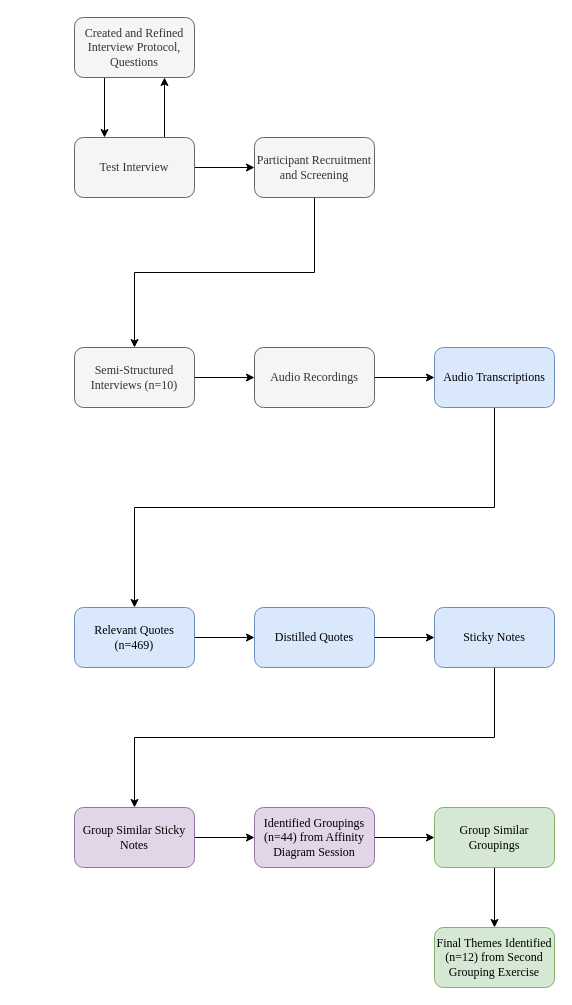
The draw.io diagram HPA-Process-Diagram.drawio in mnowatzke/mindmaps, before the edit. Source tidied: cells renumbered, new cells numbered last; positions are measured from the earlier drawing's top-left corner, leaving out a move shared by most shapes. Both pictures are drawn from the tidied source at 100%, with x=0, y=0 at pixel (74, 17).
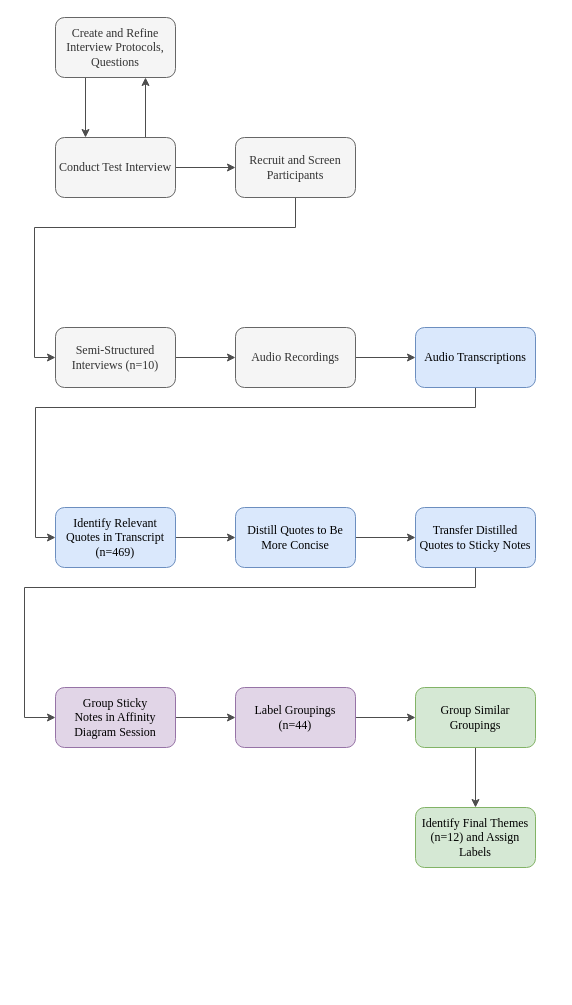
The same page after the edit.

What changed in the source:
```diff
@@
-    <mxCell id="2" style="edgeStyle=orthogonalEdgeStyle;rounded=0;jettySize=auto;html=1;exitX=0.25;exitY=1;exitDx=0;exitDy=0;entryX=0.25;entryY=0;entryDx=0;entryDy=0;" parent="1" edge="1" source="3" target="6">
+    <mxCell id="2" style="edgeStyle=orthogonalEdgeStyle;rounded=0;jettySize=auto;html=1;exitX=0.25;exitY=1;exitDx=0;exitDy=0;entryX=0.25;entryY=0;entryDx=0;entryDy=0;strokeColor=#4D4D4D;" parent="1" edge="1" source="3" target="6">
       <mxGeometry relative="1" as="geometry" />
     </mxCell>
-    <mxCell id="3" value="&lt;font face=&quot;Garamond&quot;&gt;Created and Refined Interview Protocol, Questions&lt;br&gt;&lt;/font&gt;" style="rounded=1;whiteSpace=wrap;html=1;fillColor=#f5f5f5;fontColor=#333333;strokeColor=#666666;" parent="1" vertex="1">
-      <mxGeometry width="120" height="60" as="geometry" />
+    <mxCell id="3" value="&lt;font face=&quot;Garamond&quot;&gt;Create and Refine Interview Protocols, Questions&lt;br&gt;&lt;/font&gt;" style="rounded=1;whiteSpace=wrap;html=1;fillColor=#f5f5f5;fontColor=#333333;strokeColor=#666666;" parent="1" vertex="1">
+      <mxGeometry x="-19" width="120" height="60" as="geometry" />
     </mxCell>
-    <mxCell id="4" style="edgeStyle=orthogonalEdgeStyle;rounded=0;jettySize=auto;html=1;exitX=0.75;exitY=0;exitDx=0;exitDy=0;entryX=0.75;entryY=1;entryDx=0;entryDy=0;" parent="1" edge="1" source="6" target="3">
+    <mxCell id="4" style="edgeStyle=orthogonalEdgeStyle;rounded=0;jettySize=auto;html=1;exitX=0.75;exitY=0;exitDx=0;exitDy=0;entryX=0.75;entryY=1;entryDx=0;entryDy=0;strokeColor=#4D4D4D;" parent="1" edge="1" source="6" target="3">
       <mxGeometry relative="1" as="geometry" />
     </mxCell>
-    <mxCell id="5" style="edgeStyle=orthogonalEdgeStyle;rounded=0;jettySize=auto;html=1;exitX=1;exitY=0.5;exitDx=0;exitDy=0;entryX=0;entryY=0.5;entryDx=0;entryDy=0;fontFamily=Garamond;" parent="1" edge="1" source="6" target="8">
+    <mxCell id="5" style="edgeStyle=orthogonalEdgeStyle;rounded=0;jettySize=auto;html=1;exitX=1;exitY=0.5;exitDx=0;exitDy=0;entryX=0;entryY=0.5;entryDx=0;entryDy=0;fontFamily=Garamond;strokeColor=#4D4D4D;" parent="1" edge="1" source="6" target="8">
       <mxGeometry relative="1" as="geometry" />
     </mxCell>
-    <mxCell id="6" value="&lt;font face=&quot;Garamond&quot;&gt;Test Interview&lt;/font&gt;" style="rounded=1;whiteSpace=wrap;html=1;fillColor=#f5f5f5;fontColor=#333333;strokeColor=#666666;" parent="1" vertex="1">
-      <mxGeometry y="120" width="120" height="60" as="geometry" />
+    <mxCell id="6" value="Conduct Test Interview" style="rounded=1;whiteSpace=wrap;html=1;fillColor=#f5f5f5;fontColor=#333333;strokeColor=#666666;fontFamily=Garamond;" parent="1" vertex="1">
+      <mxGeometry x="-19" y="120" width="120" height="60" as="geometry" />
     </mxCell>
-    <mxCell id="7" style="edgeStyle=orthogonalEdgeStyle;rounded=0;jettySize=auto;html=1;exitX=0.5;exitY=1;exitDx=0;exitDy=0;fontFamily=Garamond;" parent="1" edge="1" source="8" target="10">
-      <mxGeometry relative="1" as="geometry" />
+    <mxCell id="7" style="edgeStyle=orthogonalEdgeStyle;rounded=0;jettySize=auto;html=1;exitX=0.5;exitY=1;exitDx=0;exitDy=0;fontFamily=Garamond;entryX=0;entryY=0.5;entryDx=0;entryDy=0;strokeColor=#4D4D4D;" parent="1" edge="1" source="8" target="10">
+      <mxGeometry relative="1" as="geometry">
+        <Array as="points">
+          <mxPoint x="221" y="210" />
+          <mxPoint x="-40" y="210" />
+          <mxPoint x="-40" y="340" />
+        </Array>
+      </mxGeometry>
     </mxCell>
-    <mxCell id="8" value="Participant Recruitment and Screening" style="rounded=1;whiteSpace=wrap;html=1;fontFamily=Garamond;fillColor=#f5f5f5;fontColor=#333333;strokeColor=#666666;" parent="1" vertex="1">
-      <mxGeometry x="180" y="120" width="120" height="60" as="geometry" />
+    <mxCell id="8" value="Recruit and Screen Participants" style="rounded=1;whiteSpace=wrap;html=1;fontFamily=Garamond;fillColor=#f5f5f5;fontColor=#333333;strokeColor=#666666;" parent="1" vertex="1">
+      <mxGeometry x="161" y="120" width="120" height="60" as="geometry" />
     </mxCell>
-    <mxCell id="9" style="edgeStyle=orthogonalEdgeStyle;rounded=0;jettySize=auto;html=1;exitX=1;exitY=0.5;exitDx=0;exitDy=0;entryX=0;entryY=0.5;entryDx=0;entryDy=0;fontFamily=Garamond;" parent="1" edge="1" source="10" target="12">
+    <mxCell id="9" style="edgeStyle=orthogonalEdgeStyle;rounded=0;jettySize=auto;html=1;exitX=1;exitY=0.5;exitDx=0;exitDy=0;entryX=0;entryY=0.5;entryDx=0;entryDy=0;fontFamily=Garamond;strokeColor=#4D4D4D;" parent="1" edge="1" source="10" target="12">
       <mxGeometry relative="1" as="geometry" />
     </mxCell>
     <mxCell id="10" value="Semi-Structured Interviews (n=10)" style="rounded=1;whiteSpace=wrap;html=1;fontFamily=Garamond;fillColor=#f5f5f5;fontColor=#333333;strokeColor=#666666;" parent="1" vertex="1">
-      <mxGeometry y="330" width="120" height="60" as="geometry" />
+      <mxGeometry x="-19" y="310" width="120" height="60" as="geometry" />
     </mxCell>
-    <mxCell id="11" style="edgeStyle=orthogonalEdgeStyle;rounded=0;jettySize=auto;html=1;exitX=1;exitY=0.5;exitDx=0;exitDy=0;entryX=0;entryY=0.5;entryDx=0;entryDy=0;fontFamily=Garamond;" parent="1" edge="1" source="12" target="16">
+    <mxCell id="11" style="edgeStyle=orthogonalEdgeStyle;rounded=0;jettySize=auto;html=1;exitX=1;exitY=0.5;exitDx=0;exitDy=0;entryX=0;entryY=0.5;entryDx=0;entryDy=0;fontFamily=Garamond;strokeColor=#4D4D4D;" parent="1" edge="1" source="12" target="16">
       <mxGeometry relative="1" as="geometry" />
     </mxCell>
     <mxCell id="12" value="Audio Recordings" style="rounded=1;whiteSpace=wrap;html=1;fontFamily=Garamond;fillColor=#f5f5f5;fontColor=#333333;strokeColor=#666666;" parent="1" vertex="1">
-      <mxGeometry x="180" y="330" width="120" height="60" as="geometry" />
+      <mxGeometry x="161" y="310" width="120" height="60" as="geometry" />
     </mxCell>
-    <mxCell id="13" style="edgeStyle=orthogonalEdgeStyle;rounded=0;jettySize=auto;html=1;fontFamily=Garamond;" parent="1" edge="1" source="14" target="18">
+    <mxCell id="13" style="edgeStyle=orthogonalEdgeStyle;rounded=0;jettySize=auto;html=1;fontFamily=Garamond;strokeColor=#4D4D4D;" parent="1" edge="1" source="14" target="18">
       <mxGeometry relative="1" as="geometry" />
     </mxCell>
-    <mxCell id="14" value="Relevant Quotes&lt;br&gt;(n=469)" style="rounded=1;whiteSpace=wrap;html=1;fontFamily=Garamond;fillColor=#dae8fc;strokeColor=#6c8ebf;" parent="1" vertex="1">
-      <mxGeometry y="590" width="120" height="60" as="geometry" />
+    <mxCell id="14" value="Identify Relevant&lt;br&gt;Quotes in Transcript&lt;br&gt;(n=469)" style="rounded=1;whiteSpace=wrap;html=1;fontFamily=Garamond;fillColor=#dae8fc;strokeColor=#6c8ebf;" parent="1" vertex="1">
+      <mxGeometry x="-19" y="490" width="120" height="60" as="geometry" />
     </mxCell>
-    <mxCell id="15" style="edgeStyle=orthogonalEdgeStyle;rounded=0;jettySize=auto;html=1;exitX=0.5;exitY=1;exitDx=0;exitDy=0;entryX=0.5;entryY=0;entryDx=0;entryDy=0;fontFamily=Garamond;" parent="1" edge="1" source="16" target="14">
-      <mxGeometry relative="1" as="geometry" />
+    <mxCell id="15" style="edgeStyle=orthogonalEdgeStyle;rounded=0;jettySize=auto;html=1;exitX=0.5;exitY=1;exitDx=0;exitDy=0;entryX=0;entryY=0.5;entryDx=0;entryDy=0;fontFamily=Garamond;strokeColor=#4D4D4D;" parent="1" edge="1" source="16" target="14">
+      <mxGeometry relative="1" as="geometry">
+        <Array as="points">
+          <mxPoint x="401" y="390" />
+          <mxPoint x="-39" y="390" />
+          <mxPoint x="-39" y="520" />
+        </Array>
+      </mxGeometry>
     </mxCell>
     <mxCell id="16" value="Audio Transcriptions" style="rounded=1;whiteSpace=wrap;html=1;fontFamily=Garamond;fillColor=#dae8fc;strokeColor=#6c8ebf;" parent="1" vertex="1">
-      <mxGeometry x="360" y="330" width="120" height="60" as="geometry" />
+      <mxGeometry x="341" y="310" width="120" height="60" as="geometry" />
     </mxCell>
-    <mxCell id="17" style="edgeStyle=orthogonalEdgeStyle;rounded=0;jettySize=auto;html=1;exitX=1;exitY=0.5;exitDx=0;exitDy=0;entryX=0;entryY=0.5;entryDx=0;entryDy=0;fontFamily=Garamond;" parent="1" edge="1" source="18" target="20">
+    <mxCell id="17" style="edgeStyle=orthogonalEdgeStyle;rounded=0;jettySize=auto;html=1;exitX=1;exitY=0.5;exitDx=0;exitDy=0;entryX=0;entryY=0.5;entryDx=0;entryDy=0;fontFamily=Garamond;strokeColor=#4D4D4D;" parent="1" edge="1" source="18" target="20">
       <mxGeometry relative="1" as="geometry" />
     </mxCell>
-    <mxCell id="18" value="Distilled Quotes" style="rounded=1;whiteSpace=wrap;html=1;fontFamily=Garamond;fillColor=#dae8fc;strokeColor=#6c8ebf;" parent="1" vertex="1">
-      <mxGeometry x="180" y="590" width="120" height="60" as="geometry" />
+    <mxCell id="18" value="Distill Quotes to Be More Concise" style="rounded=1;whiteSpace=wrap;html=1;fontFamily=Garamond;fillColor=#dae8fc;strokeColor=#6c8ebf;" parent="1" vertex="1">
+      <mxGeometry x="161" y="490" width="120" height="60" as="geometry" />
     </mxCell>
-    <mxCell id="19" style="edgeStyle=orthogonalEdgeStyle;rounded=0;jettySize=auto;html=1;exitX=0.5;exitY=1;exitDx=0;exitDy=0;entryX=0.5;entryY=0;entryDx=0;entryDy=0;fontFamily=Garamond;" parent="1" edge="1" source="20" target="22">
-      <mxGeometry relative="1" as="geometry" />
+    <mxCell id="19" style="edgeStyle=orthogonalEdgeStyle;rounded=0;jettySize=auto;html=1;exitX=0.5;exitY=1;exitDx=0;exitDy=0;fontFamily=Garamond;strokeColor=#4D4D4D;entryX=0;entryY=0.5;entryDx=0;entryDy=0;" parent="1" edge="1" source="20" target="22">
+      <mxGeometry relative="1" as="geometry">
+        <Array as="points">
+          <mxPoint x="401" y="570" />
+          <mxPoint x="-50" y="570" />
+          <mxPoint x="-50" y="700" />
+        </Array>
+      </mxGeometry>
     </mxCell>
-    <mxCell id="20" value="Sticky Notes" style="rounded=1;whiteSpace=wrap;html=1;fontFamily=Garamond;fillColor=#dae8fc;strokeColor=#6c8ebf;" parent="1" vertex="1">
-      <mxGeometry x="360" y="590" width="120" height="60" as="geometry" />
+    <mxCell id="20" value="Transfer Distilled Quotes to Sticky Notes" style="rounded=1;whiteSpace=wrap;html=1;fontFamily=Garamond;fillColor=#dae8fc;strokeColor=#6c8ebf;" parent="1" vertex="1">
+      <mxGeometry x="341" y="490" width="120" height="60" as="geometry" />
     </mxCell>
-    <mxCell id="21" style="edgeStyle=orthogonalEdgeStyle;rounded=0;jettySize=auto;html=1;exitX=1;exitY=0.5;exitDx=0;exitDy=0;entryX=0;entryY=0.5;entryDx=0;entryDy=0;fontFamily=Garamond;" parent="1" edge="1" source="22" target="26">
+    <mxCell id="21" style="edgeStyle=orthogonalEdgeStyle;rounded=0;jettySize=auto;html=1;exitX=1;exitY=0.5;exitDx=0;exitDy=0;entryX=0;entryY=0.5;entryDx=0;entryDy=0;fontFamily=Garamond;strokeColor=#4D4D4D;" parent="1" edge="1" source="22" target="26">
       <mxGeometry relative="1" as="geometry" />
     </mxCell>
-    <mxCell id="22" value="Group Similar Sticky Notes" style="rounded=1;whiteSpace=wrap;html=1;fontFamily=Garamond;fillColor=#e1d5e7;strokeColor=#9673a6;" parent="1" vertex="1">
-      <mxGeometry y="790" width="120" height="60" as="geometry" />
+    <mxCell id="22" value="&lt;div&gt;Group Sticky&lt;/div&gt;&lt;div&gt;Notes in Affinity Diagram Session&lt;/div&gt;" style="rounded=1;whiteSpace=wrap;html=1;fontFamily=Garamond;fillColor=#e1d5e7;strokeColor=#9673a6;" parent="1" vertex="1">
+      <mxGeometry x="-19" y="670" width="120" height="60" as="geometry" />
     </mxCell>
-    <mxCell id="23" style="edgeStyle=orthogonalEdgeStyle;rounded=0;jettySize=auto;html=1;exitX=0.5;exitY=1;exitDx=0;exitDy=0;entryX=0.5;entryY=0;entryDx=0;entryDy=0;" parent="1" edge="1" source="24" target="27">
+    <mxCell id="23" style="edgeStyle=orthogonalEdgeStyle;rounded=0;jettySize=auto;html=1;exitX=0.5;exitY=1;exitDx=0;exitDy=0;entryX=0.5;entryY=0;entryDx=0;entryDy=0;strokeColor=#4D4D4D;" parent="1" edge="1" source="24" target="27">
       <mxGeometry relative="1" as="geometry" />
     </mxCell>
     <mxCell id="24" value="Group Similar Groupings" style="rounded=1;whiteSpace=wrap;html=1;fontFamily=Garamond;fillColor=#d5e8d4;strokeColor=#82b366;" parent="1" vertex="1">
-      <mxGeometry x="360" y="790" width="120" height="60" as="geometry" />
+      <mxGeometry x="341" y="670" width="120" height="60" as="geometry" />
     </mxCell>
-    <mxCell id="25" style="edgeStyle=orthogonalEdgeStyle;rounded=0;jettySize=auto;html=1;exitX=1;exitY=0.5;exitDx=0;exitDy=0;entryX=0;entryY=0.5;entryDx=0;entryDy=0;fontFamily=Garamond;" parent="1" edge="1" source="26" target="24">
+    <mxCell id="25" style="edgeStyle=orthogonalEdgeStyle;rounded=0;jettySize=auto;html=1;exitX=1;exitY=0.5;exitDx=0;exitDy=0;entryX=0;entryY=0.5;entryDx=0;entryDy=0;fontFamily=Garamond;strokeColor=#4D4D4D;" parent="1" edge="1" source="26" target="24">
       <mxGeometry relative="1" as="geometry" />
     </mxCell>
-    <mxCell id="26" value="Identified Groupings (n=44) from Affinity Diagram Session" style="rounded=1;whiteSpace=wrap;html=1;fontFamily=Garamond;fillColor=#e1d5e7;strokeColor=#9673a6;" parent="1" vertex="1">
-      <mxGeometry x="180" y="790" width="120" height="60" as="geometry" />
+    <mxCell id="26" value="&lt;div&gt;Label Groupings&lt;/div&gt;&lt;div&gt;(n=44) &lt;/div&gt;" style="rounded=1;whiteSpace=wrap;html=1;fontFamily=Garamond;fillColor=#e1d5e7;strokeColor=#9673a6;" parent="1" vertex="1">
+      <mxGeometry x="161" y="670" width="120" height="60" as="geometry" />
     </mxCell>
-    <mxCell id="27" value="Final Themes Identified (n=12) from Second Grouping Exercise" style="rounded=1;whiteSpace=wrap;html=1;fontFamily=Garamond;fillColor=#d5e8d4;strokeColor=#82b366;" parent="1" vertex="1">
-      <mxGeometry x="360" y="910" width="120" height="60" as="geometry" />
+    <mxCell id="27" value="Identify Final Themes (n=12) and Assign Labels" style="rounded=1;whiteSpace=wrap;html=1;fontFamily=Garamond;fillColor=#d5e8d4;strokeColor=#82b366;" parent="1" vertex="1">
+      <mxGeometry x="341" y="790" width="120" height="60" as="geometry" />
     </mxCell>
```
